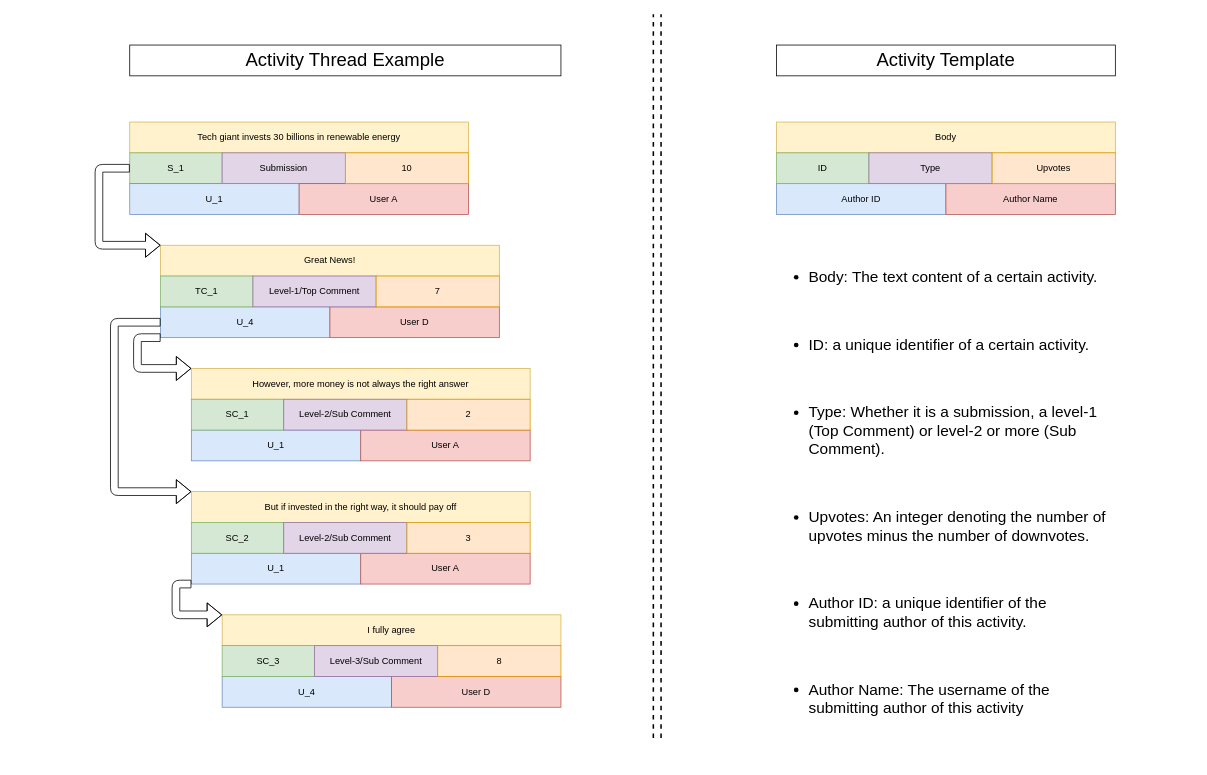
The draw.io diagram Documents/figures/editable/Activity_Thread_one_submission.drawio in MohammedGuniem/social-media-influence-analyzer, before the edit. Source tidied: cells renumbered, new cells numbered last; positions are measured from the earlier drawing's top-left corner, leaving out a move shared by most shapes. Both pictures are drawn from the tidied source at 77%, with x=0, y=0 at pixel (99, 14).
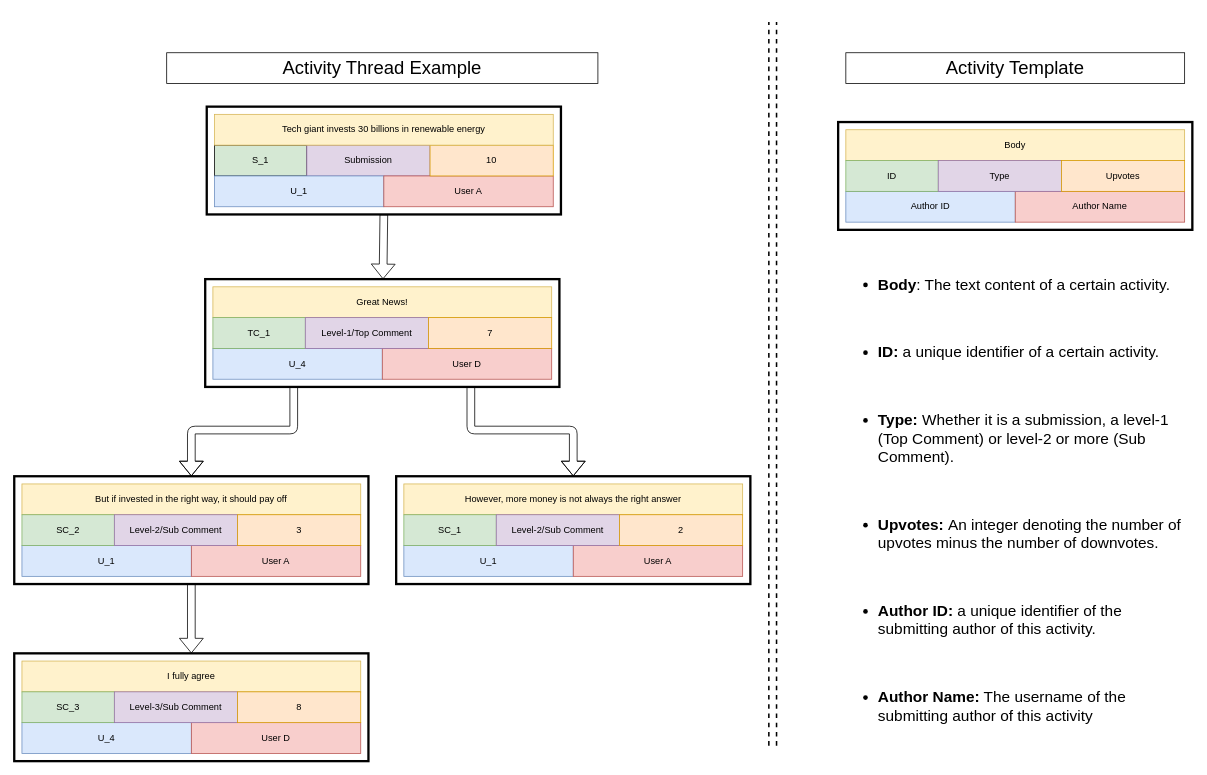
The same page after the edit.

What changed in the source:
```diff
@@
-    <mxCell id="2" value="Tech giant invests 30 billions in renewable energy" style="rounded=0;whiteSpace=wrap;html=1;fillColor=#fff2cc;strokeColor=#d6b656;" parent="1" vertex="1">
-      <mxGeometry x="40" y="140" width="440" height="40" as="geometry" />
-    </mxCell>
-    <mxCell id="3" value="S_1" style="rounded=0;whiteSpace=wrap;html=1;strokeColor=#82b366;fillColor=#d5e8d4;" parent="1" vertex="1">
-      <mxGeometry x="40" y="180" width="120" height="40" as="geometry" />
+    <mxCell id="3" value="S_1" style="rounded=0;whiteSpace=wrap;html=1;fillColor=#d5e8d4;labelBorderColor=none;" parent="1" vertex="1">
+      <mxGeometry x="150" y="170" width="120" height="40" as="geometry" />
     </mxCell>
-    <mxCell id="4" value="Submission" style="rounded=0;whiteSpace=wrap;html=1;strokeColor=#9673a6;fillColor=#e1d5e7;" parent="1" vertex="1">
-      <mxGeometry x="160" y="180" width="160" height="40" as="geometry" />
+    <mxCell id="4" value="Submission" style="rounded=0;whiteSpace=wrap;html=1;strokeColor=#9673a6;fillColor=#e1d5e7;labelBorderColor=none;" parent="1" vertex="1">
+      <mxGeometry x="270" y="170" width="160" height="40" as="geometry" />
     </mxCell>
-    <mxCell id="5" value="U_1" style="rounded=0;whiteSpace=wrap;html=1;strokeColor=#6c8ebf;fillColor=#dae8fc;" parent="1" vertex="1">
-      <mxGeometry x="40" y="220" width="220" height="40" as="geometry" />
+    <mxCell id="5" value="U_1" style="rounded=0;whiteSpace=wrap;html=1;strokeColor=#6c8ebf;fillColor=#dae8fc;labelBorderColor=none;" parent="1" vertex="1">
+      <mxGeometry x="150" y="210" width="220" height="40" as="geometry" />
     </mxCell>
-    <mxCell id="6" value="User A" style="rounded=0;whiteSpace=wrap;html=1;strokeColor=#b85450;fillColor=#f8cecc;" parent="1" vertex="1">
-      <mxGeometry x="260" y="220" width="220" height="40" as="geometry" />
+    <mxCell id="6" value="User A" style="rounded=0;whiteSpace=wrap;html=1;strokeColor=#b85450;fillColor=#f8cecc;labelBorderColor=none;" parent="1" vertex="1">
+      <mxGeometry x="370" y="210" width="220" height="40" as="geometry" />
     </mxCell>
     <mxCell id="7" value="Great News!" style="rounded=0;whiteSpace=wrap;html=1;fillColor=#fff2cc;strokeColor=#d6b656;" parent="1" vertex="1">
-      <mxGeometry x="80" y="300" width="440" height="40" as="geometry" />
+      <mxGeometry x="148" y="354" width="440" height="40" as="geometry" />
     </mxCell>
     <mxCell id="8" value="U_4" style="rounded=0;whiteSpace=wrap;html=1;strokeColor=#6c8ebf;fillColor=#dae8fc;" parent="1" vertex="1">
-      <mxGeometry x="80" y="380" width="220" height="40" as="geometry" />
+      <mxGeometry x="148" y="434" width="220" height="40" as="geometry" />
     </mxCell>
     <mxCell id="9" value="User D" style="rounded=0;whiteSpace=wrap;html=1;strokeColor=#b85450;fillColor=#f8cecc;" parent="1" vertex="1">
-      <mxGeometry x="300" y="380" width="220" height="40" as="geometry" />
+      <mxGeometry x="368" y="434" width="220" height="40" as="geometry" />
     </mxCell>
     <mxCell id="10" value="However, more money is not always the right answer" style="rounded=0;whiteSpace=wrap;html=1;fillColor=#fff2cc;strokeColor=#d6b656;" parent="1" vertex="1">
-      <mxGeometry x="120" y="460" width="440" height="40" as="geometry" />
+      <mxGeometry x="396" y="610" width="440" height="40" as="geometry" />
     </mxCell>
     <mxCell id="11" value="U_1" style="rounded=0;whiteSpace=wrap;html=1;strokeColor=#6c8ebf;fillColor=#dae8fc;" parent="1" vertex="1">
-      <mxGeometry x="120" y="540" width="220" height="40" as="geometry" />
+      <mxGeometry x="396" y="690" width="220" height="40" as="geometry" />
     </mxCell>
     <mxCell id="12" value="User A" style="rounded=0;whiteSpace=wrap;html=1;strokeColor=#b85450;fillColor=#f8cecc;" parent="1" vertex="1">
-      <mxGeometry x="340" y="540" width="220" height="40" as="geometry" />
+      <mxGeometry x="616" y="690" width="220" height="40" as="geometry" />
     </mxCell>
     <mxCell id="13" value="But if invested in the right way, it should pay off" style="rounded=0;whiteSpace=wrap;html=1;fillColor=#fff2cc;strokeColor=#d6b656;" parent="1" vertex="1">
-      <mxGeometry x="120" y="620" width="440" height="40" as="geometry" />
+      <mxGeometry x="-100" y="610" width="440" height="40" as="geometry" />
     </mxCell>
     <mxCell id="14" value="U_1" style="rounded=0;whiteSpace=wrap;html=1;strokeColor=#6c8ebf;fillColor=#dae8fc;" parent="1" vertex="1">
-      <mxGeometry x="120" y="700" width="220" height="40" as="geometry" />
+      <mxGeometry x="-100" y="690" width="220" height="40" as="geometry" />
     </mxCell>
     <mxCell id="15" value="User A" style="rounded=0;whiteSpace=wrap;html=1;strokeColor=#b85450;fillColor=#f8cecc;" parent="1" vertex="1">
-      <mxGeometry x="340" y="700" width="220" height="40" as="geometry" />
+      <mxGeometry x="120" y="690" width="220" height="40" as="geometry" />
     </mxCell>
     <mxCell id="16" value="I fully agree" style="rounded=0;whiteSpace=wrap;html=1;fillColor=#fff2cc;strokeColor=#d6b656;" parent="1" vertex="1">
-      <mxGeometry x="160" y="780" width="440" height="40" as="geometry" />
+      <mxGeometry x="-100" y="840" width="440" height="40" as="geometry" />
     </mxCell>
     <mxCell id="17" value="U_4" style="rounded=0;whiteSpace=wrap;html=1;strokeColor=#6c8ebf;fillColor=#dae8fc;" parent="1" vertex="1">
-      <mxGeometry x="160" y="860" width="220" height="40" as="geometry" />
+      <mxGeometry x="-100" y="920" width="220" height="40" as="geometry" />
     </mxCell>
     <mxCell id="18" value="User D" style="rounded=0;whiteSpace=wrap;html=1;strokeColor=#b85450;fillColor=#f8cecc;" parent="1" vertex="1">
-      <mxGeometry x="380" y="860" width="220" height="40" as="geometry" />
+      <mxGeometry x="120" y="920" width="220" height="40" as="geometry" />
     </mxCell>
-    <mxCell id="19" style="shape=flexArrow;endArrow=classic;html=1;exitX=0;exitY=0.5;exitDx=0;exitDy=0;entryX=0;entryY=0;entryDx=0;entryDy=0;" parent="1" edge="1" source="3" target="7">
-      <mxGeometry relative="1" as="geometry">
-        <Array as="points">
-          <mxPoint y="200" />
-          <mxPoint y="300" />
-        </Array>
-      </mxGeometry>
-    </mxCell>
-    <mxCell id="20" style="shape=flexArrow;endArrow=classic;html=1;exitX=0;exitY=1;exitDx=0;exitDy=0;entryX=0;entryY=0;entryDx=0;entryDy=0;" parent="1" edge="1" source="8" target="10">
-      <mxGeometry relative="1" as="geometry">
-        <Array as="points">
-          <mxPoint x="50" y="420" />
-          <mxPoint x="50" y="460" />
-        </Array>
-      </mxGeometry>
-    </mxCell>
     <mxCell id="21" value="Body" style="rounded=0;whiteSpace=wrap;html=1;fillColor=#fff2cc;strokeColor=#d6b656;" parent="1" vertex="1">
-      <mxGeometry x="880" y="140" width="440" height="40" as="geometry" />
+      <mxGeometry x="970" y="150" width="440" height="40" as="geometry" />
     </mxCell>
     <mxCell id="22" value="Author ID" style="rounded=0;whiteSpace=wrap;html=1;strokeColor=#6c8ebf;fillColor=#dae8fc;" parent="1" vertex="1">
-      <mxGeometry x="880" y="220" width="220" height="40" as="geometry" />
+      <mxGeometry x="970" y="230" width="220" height="40" as="geometry" />
     </mxCell>
     <mxCell id="23" value="Author Name" style="rounded=0;whiteSpace=wrap;html=1;strokeColor=#b85450;fillColor=#f8cecc;" parent="1" vertex="1">
-      <mxGeometry x="1100" y="220" width="220" height="40" as="geometry" />
+      <mxGeometry x="1190" y="230" width="220" height="40" as="geometry" />
     </mxCell>
-    <mxCell id="24" style="shape=flexArrow;endArrow=classic;html=1;exitX=0;exitY=0.5;exitDx=0;exitDy=0;entryX=0;entryY=0;entryDx=0;entryDy=0;" parent="1" edge="1" source="8" target="13">
-      <mxGeometry relative="1" as="geometry">
-        <Array as="points">
-          <mxPoint x="20" y="400" />
-          <mxPoint x="20" y="620" />
-        </Array>
-      </mxGeometry>
-    </mxCell>
-    <mxCell id="25" style="shape=flexArrow;endArrow=classic;html=1;entryX=0;entryY=0;entryDx=0;entryDy=0;exitX=0;exitY=1;exitDx=0;exitDy=0;" parent="1" edge="1" source="14" target="16">
-      <mxGeometry relative="1" as="geometry">
-        <Array as="points">
-          <mxPoint x="100" y="740" />
-          <mxPoint x="100" y="780" />
-        </Array>
-      </mxGeometry>
-    </mxCell>
-    <mxCell id="26" value="10" style="rounded=0;whiteSpace=wrap;html=1;strokeColor=#d79b00;fillColor=#ffe6cc;" parent="1" vertex="1">
-      <mxGeometry x="320" y="180" width="160" height="40" as="geometry" />
+    <mxCell id="26" value="10" style="rounded=0;whiteSpace=wrap;html=1;strokeColor=#d79b00;fillColor=#ffe6cc;labelBorderColor=none;" parent="1" vertex="1">
+      <mxGeometry x="430" y="170" width="160" height="40" as="geometry" />
     </mxCell>
     <mxCell id="27" value="SC_1" style="rounded=0;whiteSpace=wrap;html=1;strokeColor=#82b366;fillColor=#d5e8d4;" parent="1" vertex="1">
-      <mxGeometry x="120" y="500" width="120" height="40" as="geometry" />
+      <mxGeometry x="396" y="650" width="120" height="40" as="geometry" />
     </mxCell>
     <mxCell id="28" value="Level-2/Sub Comment" style="rounded=0;whiteSpace=wrap;html=1;strokeColor=#9673a6;fillColor=#e1d5e7;" parent="1" vertex="1">
-      <mxGeometry x="240" y="500" width="160" height="40" as="geometry" />
+      <mxGeometry x="516" y="650" width="160" height="40" as="geometry" />
     </mxCell>
     <mxCell id="29" value="2" style="rounded=0;whiteSpace=wrap;html=1;strokeColor=#d79b00;fillColor=#ffe6cc;" parent="1" vertex="1">
-      <mxGeometry x="400" y="500" width="160" height="40" as="geometry" />
+      <mxGeometry x="676" y="650" width="160" height="40" as="geometry" />
     </mxCell>
     <mxCell id="30" value="SC_2" style="rounded=0;whiteSpace=wrap;html=1;strokeColor=#82b366;fillColor=#d5e8d4;" parent="1" vertex="1">
-      <mxGeometry x="120" y="660" width="120" height="40" as="geometry" />
+      <mxGeometry x="-100" y="650" width="120" height="40" as="geometry" />
     </mxCell>
     <mxCell id="31" value="Level-2/Sub Comment" style="rounded=0;whiteSpace=wrap;html=1;strokeColor=#9673a6;fillColor=#e1d5e7;" parent="1" vertex="1">
-      <mxGeometry x="240" y="660" width="160" height="40" as="geometry" />
+      <mxGeometry x="20" y="650" width="160" height="40" as="geometry" />
     </mxCell>
     <mxCell id="32" value="3" style="rounded=0;whiteSpace=wrap;html=1;strokeColor=#d79b00;fillColor=#ffe6cc;" parent="1" vertex="1">
-      <mxGeometry x="400" y="660" width="160" height="40" as="geometry" />
+      <mxGeometry x="180" y="650" width="160" height="40" as="geometry" />
     </mxCell>
     <mxCell id="33" value="TC_1" style="rounded=0;whiteSpace=wrap;html=1;strokeColor=#82b366;fillColor=#d5e8d4;" parent="1" vertex="1">
-      <mxGeometry x="80" y="340" width="120" height="40" as="geometry" />
+      <mxGeometry x="148" y="394" width="120" height="40" as="geometry" />
     </mxCell>
     <mxCell id="34" value="Level-1/Top Comment" style="rounded=0;whiteSpace=wrap;html=1;strokeColor=#9673a6;fillColor=#e1d5e7;" parent="1" vertex="1">
-      <mxGeometry x="200" y="340" width="160" height="40" as="geometry" />
+      <mxGeometry x="268" y="394" width="160" height="40" as="geometry" />
     </mxCell>
     <mxCell id="35" value="7" style="rounded=0;whiteSpace=wrap;html=1;strokeColor=#d79b00;fillColor=#ffe6cc;" parent="1" vertex="1">
-      <mxGeometry x="360" y="340" width="160" height="40" as="geometry" />
+      <mxGeometry x="428" y="394" width="160" height="40" as="geometry" />
     </mxCell>
     <mxCell id="36" value="SC_3" style="rounded=0;whiteSpace=wrap;html=1;strokeColor=#82b366;fillColor=#d5e8d4;" parent="1" vertex="1">
-      <mxGeometry x="160" y="820" width="120" height="40" as="geometry" />
+      <mxGeometry x="-100" y="880" width="120" height="40" as="geometry" />
     </mxCell>
     <mxCell id="37" value="&lt;span&gt;Level-3/Sub Comment&lt;/span&gt;" style="rounded=0;whiteSpace=wrap;html=1;strokeColor=#9673a6;fillColor=#e1d5e7;" parent="1" vertex="1">
-      <mxGeometry x="280" y="820" width="160" height="40" as="geometry" />
+      <mxGeometry x="20" y="880" width="160" height="40" as="geometry" />
     </mxCell>
     <mxCell id="38" value="8" style="rounded=0;whiteSpace=wrap;html=1;strokeColor=#d79b00;fillColor=#ffe6cc;" parent="1" vertex="1">
-      <mxGeometry x="440" y="820" width="160" height="40" as="geometry" />
+      <mxGeometry x="180" y="880" width="160" height="40" as="geometry" />
     </mxCell>
     <mxCell id="39" value="ID" style="rounded=0;whiteSpace=wrap;html=1;strokeColor=#82b366;fillColor=#d5e8d4;" parent="1" vertex="1">
-      <mxGeometry x="880" y="180" width="120" height="40" as="geometry" />
+      <mxGeometry x="970" y="190" width="120" height="40" as="geometry" />
     </mxCell>
     <mxCell id="40" value="Type" style="rounded=0;whiteSpace=wrap;html=1;strokeColor=#9673a6;fillColor=#e1d5e7;" parent="1" vertex="1">
-      <mxGeometry x="1000" y="180" width="160" height="40" as="geometry" />
+      <mxGeometry x="1090" y="190" width="160" height="40" as="geometry" />
     </mxCell>
     <mxCell id="41" value="Upvotes" style="rounded=0;whiteSpace=wrap;html=1;strokeColor=#d79b00;fillColor=#ffe6cc;" parent="1" vertex="1">
-      <mxGeometry x="1160" y="180" width="160" height="40" as="geometry" />
+      <mxGeometry x="1250" y="190" width="160" height="40" as="geometry" />
     </mxCell>
     <mxCell id="42" value="&lt;font style=&quot;font-size: 24px&quot;&gt;Activity Template&lt;/font&gt;" style="text;html=1;fillColor=none;align=center;verticalAlign=middle;whiteSpace=wrap;rounded=0;strokeColor=#000000;" parent="1" vertex="1">
-      <mxGeometry x="880" y="40" width="440" height="40" as="geometry" />
+      <mxGeometry x="970" y="50" width="440" height="40" as="geometry" />
     </mxCell>
     <mxCell id="43" style="endArrow=none;dashed=1;html=1;strokeWidth=2;" parent="1" edge="1">
       <mxGeometry relative="1" as="geometry">
-        <mxPoint x="720" y="940" as="sourcePoint" />
-        <mxPoint x="720" as="targetPoint" />
+        <mxPoint x="870" y="950" as="sourcePoint" />
+        <mxPoint x="870" y="10" as="targetPoint" />
       </mxGeometry>
     </mxCell>
     <mxCell id="44" style="endArrow=none;dashed=1;html=1;strokeWidth=2;" parent="1" edge="1">
       <mxGeometry relative="1" as="geometry">
-        <mxPoint x="730" y="940" as="sourcePoint" />
-        <mxPoint x="730" as="targetPoint" />
+        <mxPoint x="880" y="950" as="sourcePoint" />
+        <mxPoint x="880" y="10" as="targetPoint" />
       </mxGeometry>
     </mxCell>
     <mxCell id="45" value="&lt;font style=&quot;font-size: 24px&quot;&gt;Activity Thread Example&lt;/font&gt;" style="text;html=1;fillColor=none;align=center;verticalAlign=middle;whiteSpace=wrap;rounded=0;strokeColor=#000000;" parent="1" vertex="1">
-      <mxGeometry x="40" y="40" width="560" height="40" as="geometry" />
+      <mxGeometry x="88" y="50" width="560" height="40" as="geometry" />
     </mxCell>
-    <mxCell id="46" value="&lt;ul style=&quot;font-size: 20px&quot;&gt;&lt;li&gt;&lt;font style=&quot;font-size: 20px&quot;&gt;Body: The text content of a certain activity.&lt;/font&gt;&lt;/li&gt;&lt;/ul&gt;&lt;div style=&quot;font-size: 20px&quot;&gt;&lt;font style=&quot;font-size: 20px&quot;&gt;&lt;br&gt;&lt;/font&gt;&lt;/div&gt;&lt;ul style=&quot;font-size: 20px&quot;&gt;&lt;li&gt;&lt;font style=&quot;font-size: 20px&quot;&gt;ID: a unique identifier of a certain activity.&lt;/font&gt;&lt;/li&gt;&lt;/ul&gt;&lt;div style=&quot;font-size: 20px&quot;&gt;&lt;font style=&quot;font-size: 20px&quot;&gt;&lt;br&gt;&lt;/font&gt;&lt;/div&gt;&lt;ul style=&quot;font-size: 20px&quot;&gt;&lt;li&gt;&lt;font style=&quot;font-size: 20px&quot;&gt;Type: Whether it is a submission, a level-1 (Top Comment) or level-2 or more (Sub Comment).&lt;/font&gt;&lt;/li&gt;&lt;/ul&gt;&lt;div style=&quot;font-size: 20px&quot;&gt;&lt;font style=&quot;font-size: 20px&quot;&gt;&lt;br&gt;&lt;/font&gt;&lt;/div&gt;&lt;ul style=&quot;font-size: 20px&quot;&gt;&lt;li&gt;&lt;font style=&quot;font-size: 20px&quot;&gt;Upvotes: An integer denoting the number of upvotes minus the number of downvotes.&lt;/font&gt;&lt;/li&gt;&lt;/ul&gt;&lt;div style=&quot;font-size: 20px&quot;&gt;&lt;font style=&quot;font-size: 20px&quot;&gt;&lt;br&gt;&lt;/font&gt;&lt;/div&gt;&lt;ul style=&quot;font-size: 20px&quot;&gt;&lt;li&gt;&lt;font style=&quot;font-size: 20px&quot;&gt;Author ID: a unique identifier of the submitting author of this activity.&lt;/font&gt;&lt;/li&gt;&lt;/ul&gt;&lt;div style=&quot;font-size: 20px&quot;&gt;&lt;font style=&quot;font-size: 20px&quot;&gt;&lt;br&gt;&lt;/font&gt;&lt;/div&gt;&lt;ul style=&quot;font-size: 20px&quot;&gt;&lt;li&gt;&lt;font style=&quot;font-size: 20px&quot;&gt;Author Name: The username of the submitting author of this activity&amp;nbsp;&lt;/font&gt;&lt;/li&gt;&lt;/ul&gt;" style="text;html=1;strokeColor=none;fillColor=none;align=left;verticalAlign=middle;whiteSpace=wrap;rounded=0;" parent="1" vertex="1">
-      <mxGeometry x="880" y="320" width="440" height="600" as="geometry" />
+    <mxCell id="46" value="&lt;ul style=&quot;font-size: 20px&quot;&gt;&lt;li&gt;&lt;font style=&quot;font-size: 20px&quot;&gt;&lt;b&gt;Body&lt;/b&gt;: The text content of a certain activity.&lt;/font&gt;&lt;/li&gt;&lt;/ul&gt;&lt;div style=&quot;font-size: 20px&quot;&gt;&lt;font style=&quot;font-size: 20px&quot;&gt;&lt;br&gt;&lt;/font&gt;&lt;/div&gt;&lt;ul style=&quot;font-size: 20px&quot;&gt;&lt;li&gt;&lt;font style=&quot;font-size: 20px&quot;&gt;&lt;b&gt;ID: &lt;/b&gt;a unique identifier of a certain activity.&lt;/font&gt;&lt;/li&gt;&lt;/ul&gt;&lt;div style=&quot;font-size: 20px&quot;&gt;&lt;font style=&quot;font-size: 20px&quot;&gt;&lt;br&gt;&lt;/font&gt;&lt;/div&gt;&lt;ul style=&quot;font-size: 20px&quot;&gt;&lt;li&gt;&lt;font style=&quot;font-size: 20px&quot;&gt;&lt;b&gt;Type:&lt;/b&gt; Whether it is a submission, a level-1 (Top Comment) or level-2 or more (Sub Comment).&lt;/font&gt;&lt;/li&gt;&lt;/ul&gt;&lt;div style=&quot;font-size: 20px&quot;&gt;&lt;font style=&quot;font-size: 20px&quot;&gt;&lt;br&gt;&lt;/font&gt;&lt;/div&gt;&lt;ul style=&quot;font-size: 20px&quot;&gt;&lt;li&gt;&lt;font style=&quot;font-size: 20px&quot;&gt;&lt;b&gt;Upvotes: &lt;/b&gt;An integer denoting the number of upvotes minus the number of downvotes.&lt;/font&gt;&lt;/li&gt;&lt;/ul&gt;&lt;div style=&quot;font-size: 20px&quot;&gt;&lt;font style=&quot;font-size: 20px&quot;&gt;&lt;br&gt;&lt;/font&gt;&lt;/div&gt;&lt;ul style=&quot;font-size: 20px&quot;&gt;&lt;li&gt;&lt;font style=&quot;font-size: 20px&quot;&gt;&lt;b&gt;Author ID: &lt;/b&gt;a unique identifier of the submitting author of this activity.&lt;/font&gt;&lt;/li&gt;&lt;/ul&gt;&lt;div style=&quot;font-size: 20px&quot;&gt;&lt;font style=&quot;font-size: 20px&quot;&gt;&lt;br&gt;&lt;/font&gt;&lt;/div&gt;&lt;ul style=&quot;font-size: 20px&quot;&gt;&lt;li&gt;&lt;font style=&quot;font-size: 20px&quot;&gt;&lt;b&gt;Author Name:&lt;/b&gt; The username of the submitting author of this activity&amp;nbsp;&lt;/font&gt;&lt;/li&gt;&lt;/ul&gt;" style="text;html=1;strokeColor=none;fillColor=none;align=left;verticalAlign=middle;whiteSpace=wrap;rounded=0;" parent="1" vertex="1">
+      <mxGeometry x="970" y="330" width="440" height="600" as="geometry" />
     </mxCell>
+    <mxCell id="47" style="shape=flexArrow;endArrow=classic;html=1;exitX=0.5;exitY=1;exitDx=0;exitDy=0;entryX=0.5;entryY=0;entryDx=0;entryDy=0;" parent="1" edge="1" source="52" target="53">
+      <mxGeometry relative="1" as="geometry" />
+    </mxCell>
+    <mxCell id="48" style="shape=flexArrow;endArrow=classic;html=1;entryX=0.5;entryY=0;entryDx=0;entryDy=0;exitX=0.25;exitY=1;exitDx=0;exitDy=0;" parent="1" edge="1" source="51" target="52">
+      <mxGeometry relative="1" as="geometry">
+        <Array as="points">
+          <mxPoint x="253" y="540" />
+          <mxPoint x="120" y="540" />
+        </Array>
+      </mxGeometry>
+    </mxCell>
+    <mxCell id="49" style="text;html=1;fillColor=none;align=center;verticalAlign=bottom;rounded=0;sketch=0;fontColor=#143642;strokeWidth=3;textDirection=ltr;labelPosition=center;verticalLabelPosition=top;whiteSpace=wrap;strokeColor=#000000;" parent="1" vertex="1">
+      <mxGeometry x="140" y="120" width="460" height="140" as="geometry" />
+    </mxCell>
+    <mxCell id="50" style="text;html=1;fillColor=none;align=center;verticalAlign=bottom;whiteSpace=wrap;rounded=0;sketch=0;fontColor=#143642;strokeColor=#000000;strokeWidth=3;textDirection=ltr;labelPosition=center;verticalLabelPosition=top;" parent="1" vertex="1">
+      <mxGeometry x="386" y="600" width="460" height="140" as="geometry" />
+    </mxCell>
+    <mxCell id="51" style="text;html=1;fillColor=none;align=center;verticalAlign=bottom;whiteSpace=wrap;rounded=0;sketch=0;fontColor=#143642;strokeColor=#000000;strokeWidth=3;textDirection=ltr;labelPosition=center;verticalLabelPosition=top;" parent="1" vertex="1">
+      <mxGeometry x="138" y="344" width="460" height="140" as="geometry" />
+    </mxCell>
+    <mxCell id="52" style="text;html=1;fillColor=none;align=center;verticalAlign=bottom;whiteSpace=wrap;rounded=0;sketch=0;fontColor=#143642;strokeColor=#000000;strokeWidth=3;textDirection=ltr;labelPosition=center;verticalLabelPosition=top;" parent="1" vertex="1">
+      <mxGeometry x="-110" y="600" width="460" height="140" as="geometry" />
+    </mxCell>
+    <mxCell id="53" style="text;html=1;fillColor=none;align=center;verticalAlign=bottom;whiteSpace=wrap;rounded=0;sketch=0;fontColor=#143642;strokeColor=#000000;strokeWidth=3;textDirection=ltr;labelPosition=center;verticalLabelPosition=top;" parent="1" vertex="1">
+      <mxGeometry x="-110" y="830" width="460" height="140" as="geometry" />
+    </mxCell>
+    <mxCell id="54" style="text;html=1;fillColor=none;align=center;verticalAlign=bottom;whiteSpace=wrap;rounded=0;sketch=0;fontColor=#143642;strokeColor=#000000;strokeWidth=3;textDirection=ltr;labelPosition=center;verticalLabelPosition=top;" parent="1" vertex="1">
+      <mxGeometry x="960" y="140" width="460" height="140" as="geometry" />
+    </mxCell>
+    <mxCell id="2" value="Tech giant invests 30 billions in renewable energy" style="rounded=0;whiteSpace=wrap;html=1;fillColor=#fff2cc;strokeColor=#d6b656;" parent="1" vertex="1">
+      <mxGeometry x="150" y="130" width="440" height="40" as="geometry" />
+    </mxCell>
+    <mxCell id="55" style="shape=flexArrow;endArrow=classic;html=1;exitX=0.5;exitY=1;exitDx=0;exitDy=0;" parent="1" edge="1" source="49" target="51">
+      <mxGeometry relative="1" as="geometry" />
+    </mxCell>
+    <mxCell id="56" style="shape=flexArrow;endArrow=classic;html=1;exitX=0.75;exitY=1;exitDx=0;exitDy=0;entryX=0.5;entryY=0;entryDx=0;entryDy=0;" parent="1" edge="1" source="51" target="50">
+      <mxGeometry relative="1" as="geometry">
+        <Array as="points">
+          <mxPoint x="483" y="540" />
+          <mxPoint x="616" y="540" />
+        </Array>
+      </mxGeometry>
+    </mxCell>
```
